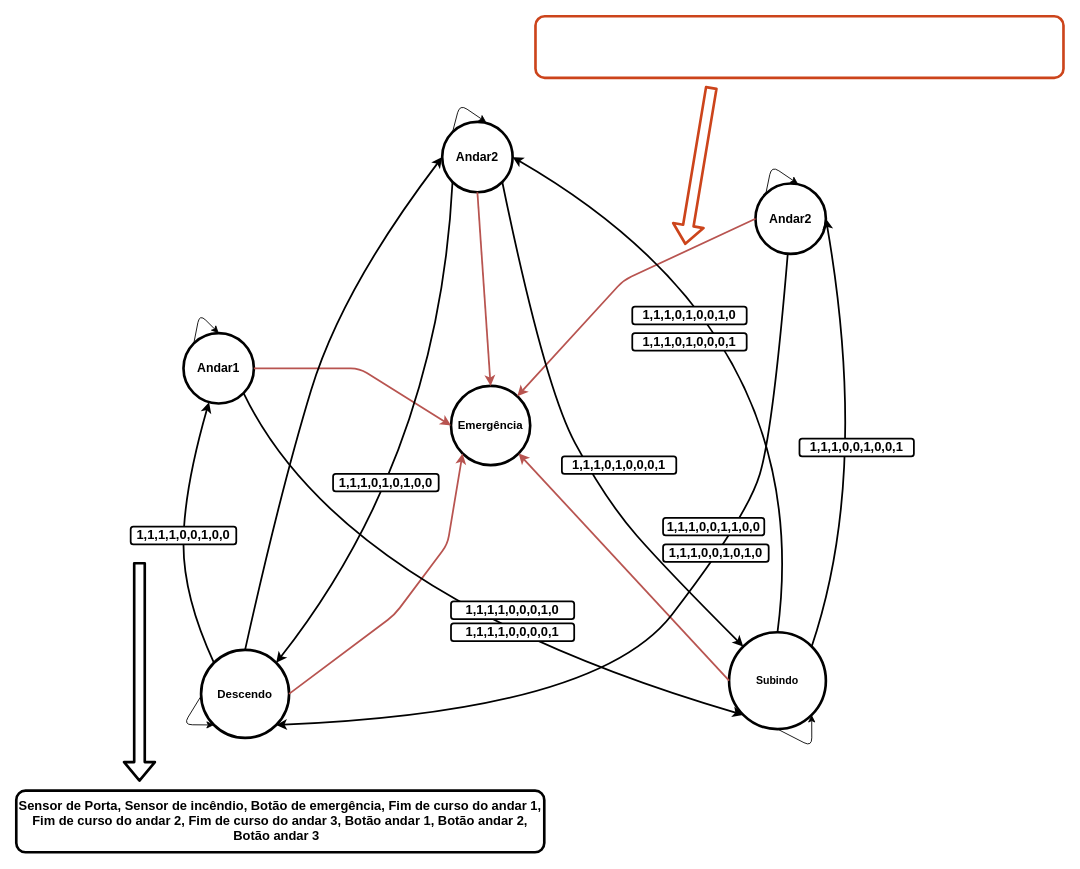
davischmitz/prototipacao-digital keeps this draw.io diagram as GB/Elevador/Elevador.drawio. Above is the earlier version. Source tidied: cells renumbered, new cells numbered last; positions are measured from the earlier drawing's top-left corner, leaving out a move shared by most shapes. Both pictures are drawn from the tidied source at 88%, with x=0, y=0 at pixel (16, 16).
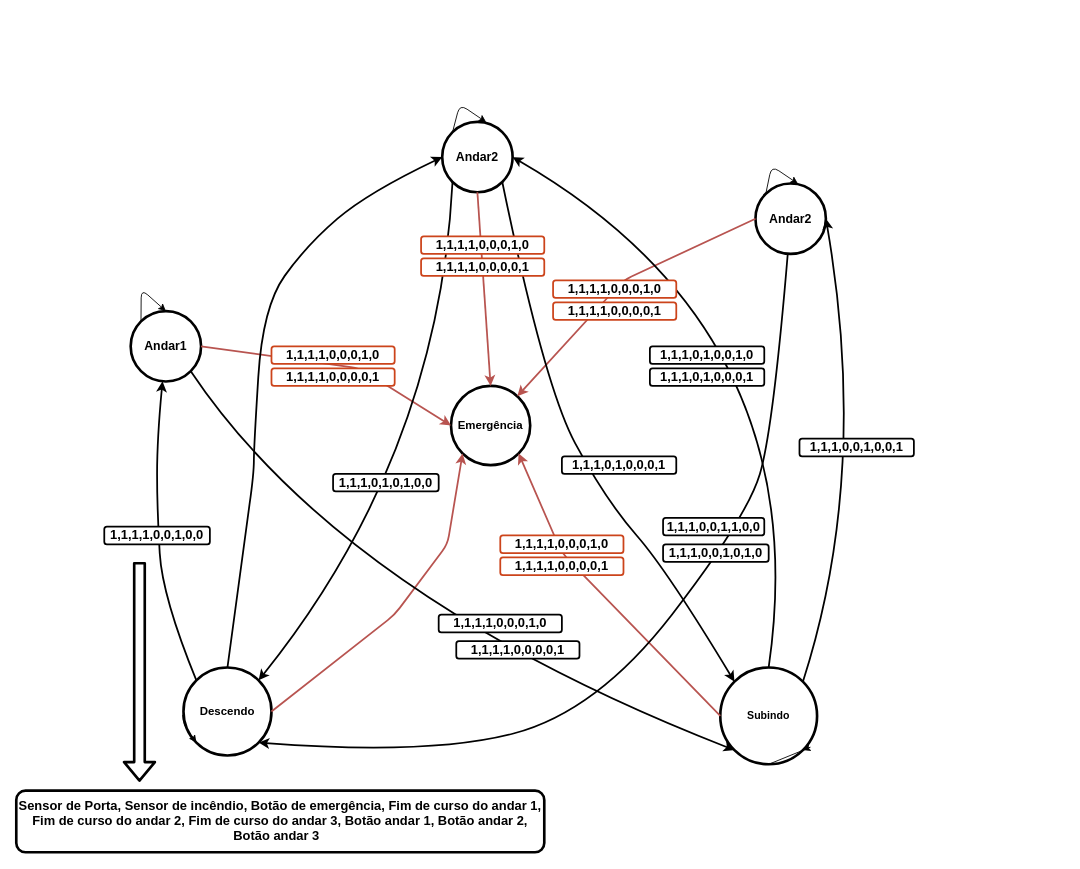
The same page after the edit.

Commit message:
feat(elevador): criando estados de emergencia digrama elevador

The change refers to these unchanged cells:
```xml
<mxCell id="3" value="&lt;b style=&quot;font-size: 14px&quot;&gt;Andar2&lt;/b&gt;" style="ellipse;whiteSpace=wrap;html=1;strokeWidth=3;" parent="1" vertex="1">
  <mxGeometry x="484" y="120" width="80" height="80" as="geometry" />
</mxCell>
<mxCell id="4" value="&lt;b&gt;&lt;font style=&quot;font-size: 14px&quot;&gt;Andar2&lt;/font&gt;&lt;/b&gt;" style="ellipse;whiteSpace=wrap;html=1;strokeWidth=3;" parent="1" vertex="1">
  <mxGeometry x="840" y="190" width="80" height="80" as="geometry" />
</mxCell>
<mxCell id="7" value="&lt;b&gt;&lt;font style=&quot;font-size: 13px&quot;&gt;Emergência&lt;/font&gt;&lt;/b&gt;" style="ellipse;whiteSpace=wrap;html=1;strokeWidth=3;" parent="1" vertex="1">
  <mxGeometry x="494" y="420" width="90" height="90" as="geometry" />
</mxCell>
```

Diff of the diagram source:
```diff
@@
     <mxCell id="2" value="&lt;b&gt;&lt;font style=&quot;font-size: 14px&quot;&gt;Andar1&lt;/font&gt;&lt;/b&gt;" style="ellipse;whiteSpace=wrap;html=1;strokeWidth=3;" parent="1" vertex="1">
-      <mxGeometry x="190" y="360" width="80" height="80" as="geometry" />
+      <mxGeometry x="130" y="335" width="80" height="80" as="geometry" />
     </mxCell>
@@
     <mxCell id="5" value="&lt;b&gt;Subindo&lt;/b&gt;" style="ellipse;whiteSpace=wrap;html=1;strokeWidth=3;" parent="1" vertex="1">
-      <mxGeometry x="810" y="700" width="110" height="110" as="geometry" />
+      <mxGeometry x="800" y="740" width="110" height="110" as="geometry" />
     </mxCell>
     <mxCell id="6" value="&lt;b&gt;&lt;font style=&quot;font-size: 13px&quot;&gt;Descendo&lt;/font&gt;&lt;/b&gt;" style="ellipse;whiteSpace=wrap;html=1;strokeWidth=3;" parent="1" vertex="1">
-      <mxGeometry x="210" y="720" width="100" height="100" as="geometry" />
+      <mxGeometry x="190" y="740" width="100" height="100" as="geometry" />
     </mxCell>
@@
     <mxCell id="11" style="endArrow=classic;html=1;entryX=1;entryY=1;entryDx=0;entryDy=0;fillColor=#f8cecc;strokeColor=#b85450;strokeWidth=2;exitX=0;exitY=0.5;exitDx=0;exitDy=0;" parent="1" edge="1" source="5" target="7">
-      <mxGeometry relative="1" as="geometry" />
+      <mxGeometry relative="1" as="geometry">
+        <Array as="points">
+          <mxPoint x="620" y="610" />
+        </Array>
+      </mxGeometry>
     </mxCell>
@@
     <mxCell id="13" style="curved=1;endArrow=classic;html=1;strokeWidth=2;exitX=0.5;exitY=0;exitDx=0;exitDy=0;entryX=0;entryY=0.5;entryDx=0;entryDy=0;" parent="1" edge="1" source="6" target="3">
       <mxGeometry relative="1" as="geometry">
         <Array as="points">
-          <mxPoint x="300" y="540" />
-          <mxPoint x="370" y="310" />
+          <mxPoint x="260" y="590" />
+          <mxPoint x="270" y="520" />
+          <mxPoint x="270" y="490" />
+          <mxPoint x="280" y="330" />
+          <mxPoint x="330" y="260" />
+          <mxPoint x="400" y="200" />
         </Array>
       </mxGeometry>
     </mxCell>
@@
     <mxCell id="16" style="curved=1;endArrow=classic;html=1;strokeWidth=2;exitX=0;exitY=0;exitDx=0;exitDy=0;" parent="1" edge="1" source="6" target="2">
       <mxGeometry relative="1" as="geometry">
         <Array as="points">
-          <mxPoint x="190" y="660" />
-          <mxPoint x="190" y="540" />
+          <mxPoint x="166" y="660" />
+          <mxPoint x="160" y="560" />
+          <mxPoint x="160" y="480" />
         </Array>
       </mxGeometry>
     </mxCell>
@@
     <mxCell id="18" style="curved=1;endArrow=classic;html=1;strokeColor=#000000;strokeWidth=2;entryX=1;entryY=1;entryDx=0;entryDy=0;" parent="1" edge="1" source="4" target="6">
       <mxGeometry relative="1" as="geometry">
         <Array as="points">
           <mxPoint x="860" y="470" />
           <mxPoint x="830" y="570" />
           <mxPoint x="660" y="790" />
+          <mxPoint x="470" y="840" />
         </Array>
       </mxGeometry>
     </mxCell>
@@
     <mxCell id="22" value="&lt;span id=&quot;docs-internal-guid-bbf0f4e8-7fff-1e35-a5ee-ff3e7a154e85&quot;&gt;&lt;span style=&quot;font-size: 11pt ; font-family: &amp;#34;arial&amp;#34; ; background-color: transparent ; vertical-align: baseline&quot;&gt;&lt;b&gt;1,1,1,1,0,0,0,1,0&lt;/b&gt;&lt;/span&gt;&lt;/span&gt;" style="text;html=1;align=center;verticalAlign=middle;whiteSpace=wrap;rounded=1;shadow=0;strokeColor=#000000;glass=0;fillColor=#ffffff;strokeWidth=2;" parent="1" vertex="1">
-      <mxGeometry x="494" y="665" width="140" height="20" as="geometry" />
+      <mxGeometry x="480" y="680" width="140" height="20" as="geometry" />
     </mxCell>
     <mxCell id="23" value="&lt;span id=&quot;docs-internal-guid-6589a4b1-7fff-5ea1-2ef8-7b5d9af1116f&quot;&gt;&lt;span style=&quot;font-size: 11pt ; font-family: &amp;#34;arial&amp;#34; ; background-color: transparent ; vertical-align: baseline&quot;&gt;&lt;b&gt;1,1,1,1,0,0,0,0,1&lt;/b&gt;&lt;/span&gt;&lt;/span&gt;" style="text;html=1;align=center;verticalAlign=middle;whiteSpace=wrap;rounded=1;strokeColor=#000000;fillColor=#ffffff;strokeWidth=2;" parent="1" vertex="1">
-      <mxGeometry x="494" y="690" width="140" height="20" as="geometry" />
+      <mxGeometry x="500" y="710" width="140" height="20" as="geometry" />
     </mxCell>
     <mxCell id="24" value="&lt;span id=&quot;docs-internal-guid-22f6198f-7fff-e776-b713-9b277268731d&quot;&gt;&lt;span style=&quot;font-size: 11pt ; font-family: &amp;#34;arial&amp;#34; ; background-color: transparent ; vertical-align: baseline&quot;&gt;&lt;b&gt;1,1,1,0,1,0,0,1,0 &lt;/b&gt;&lt;/span&gt;&lt;/span&gt;" style="text;html=1;align=center;verticalAlign=middle;whiteSpace=wrap;rounded=1;shadow=0;glass=0;strokeColor=#000000;fillColor=#ffffff;strokeWidth=2;" parent="1" vertex="1">
-      <mxGeometry x="700" y="330" width="130" height="20" as="geometry" />
+      <mxGeometry x="720" y="375" width="130" height="20" as="geometry" />
     </mxCell>
     <mxCell id="25" value="&lt;span id=&quot;docs-internal-guid-ace200eb-7fff-2d70-2511-e228b79c8bc5&quot;&gt;&lt;span style=&quot;font-size: 11pt ; font-family: &amp;#34;arial&amp;#34; ; background-color: transparent ; vertical-align: baseline&quot;&gt;&lt;b&gt;1,1,1,0,1,0,0,0,1&lt;/b&gt;&lt;/span&gt;&lt;/span&gt;" style="text;html=1;align=center;verticalAlign=middle;whiteSpace=wrap;rounded=1;shadow=0;glass=0;strokeColor=#000000;fillColor=#ffffff;strokeWidth=2;" parent="1" vertex="1">
-      <mxGeometry x="700" y="360" width="130" height="20" as="geometry" />
+      <mxGeometry x="720" y="400" width="130" height="20" as="geometry" />
     </mxCell>
@@
     <mxCell id="31" value="&lt;span id=&quot;docs-internal-guid-e2418df5-7fff-e7c6-6563-67e01c6ffb01&quot;&gt;&lt;span style=&quot;font-size: 11pt ; font-family: &amp;#34;arial&amp;#34; ; background-color: transparent ; vertical-align: baseline&quot;&gt;&lt;b&gt;1,1,1,1,0,0,1,0,0&lt;/b&gt;&lt;/span&gt;&lt;/span&gt;" style="text;html=1;align=center;verticalAlign=middle;whiteSpace=wrap;rounded=1;shadow=0;glass=0;strokeColor=#000000;fillColor=#ffffff;strokeWidth=2;" parent="1" vertex="1">
-      <mxGeometry x="130" y="580" width="120" height="20" as="geometry" />
+      <mxGeometry x="100" y="580" width="120" height="20" as="geometry" />
     </mxCell>
@@
     <mxCell id="33" style="endArrow=classic;html=1;entryX=0.5;entryY=0;entryDx=0;entryDy=0;exitX=0;exitY=0;exitDx=0;exitDy=0;" parent="1" edge="1" source="2" target="2">
       <mxGeometry relative="1" as="geometry">
         <Array as="points">
-          <mxPoint x="208.3" y="338.3" />
+          <mxPoint x="142" y="310" />
         </Array>
       </mxGeometry>
     </mxCell>
@@
-    <mxCell id="38" style="text;html=1;align=center;verticalAlign=middle;whiteSpace=wrap;rounded=1;shadow=0;glass=0;fillColor=#ffffff;strokeWidth=3;strokeColor=#CC441B;" parent="1" vertex="1">
-      <mxGeometry x="590" width="600" height="70" as="geometry" />
-    </mxCell>
-    <mxCell id="39" style="shape=flexArrow;endArrow=classic;html=1;strokeWidth=3;strokeColor=#CC441B;fillColor=#ffffff;" parent="1" edge="1">
-      <mxGeometry relative="1" as="geometry">
-        <mxPoint x="790" y="80" as="sourcePoint" />
-        <mxPoint x="760" y="260" as="targetPoint" />
-      </mxGeometry>
-    </mxCell>
+    <mxCell id="40" value="&lt;span id=&quot;docs-internal-guid-bbf0f4e8-7fff-1e35-a5ee-ff3e7a154e85&quot;&gt;&lt;span style=&quot;font-size: 11pt ; font-family: &amp;#34;arial&amp;#34; ; background-color: transparent ; vertical-align: baseline&quot;&gt;&lt;b&gt;1,1,1,1,0,0,0,1,0&lt;/b&gt;&lt;/span&gt;&lt;/span&gt;" style="text;html=1;align=center;verticalAlign=middle;whiteSpace=wrap;rounded=1;shadow=0;glass=0;fillColor=#ffffff;strokeWidth=2;strokeColor=#CC441B;" parent="1" vertex="1">
+      <mxGeometry x="290" y="375" width="140" height="20" as="geometry" />
+    </mxCell>
+    <mxCell id="41" value="&lt;span id=&quot;docs-internal-guid-6589a4b1-7fff-5ea1-2ef8-7b5d9af1116f&quot;&gt;&lt;span style=&quot;font-size: 11pt ; font-family: &amp;#34;arial&amp;#34; ; background-color: transparent ; vertical-align: baseline&quot;&gt;&lt;b&gt;1,1,1,1,0,0,0,0,1&lt;/b&gt;&lt;/span&gt;&lt;/span&gt;" style="text;html=1;align=center;verticalAlign=middle;whiteSpace=wrap;rounded=1;fillColor=#ffffff;strokeWidth=2;strokeColor=#CC441B;" parent="1" vertex="1">
+      <mxGeometry x="290" y="400" width="140" height="20" as="geometry" />
+    </mxCell>
+    <mxCell id="42" value="&lt;span id=&quot;docs-internal-guid-bbf0f4e8-7fff-1e35-a5ee-ff3e7a154e85&quot;&gt;&lt;span style=&quot;font-size: 11pt ; font-family: &amp;#34;arial&amp;#34; ; background-color: transparent ; vertical-align: baseline&quot;&gt;&lt;b&gt;1,1,1,1,0,0,0,1,0&lt;/b&gt;&lt;/span&gt;&lt;/span&gt;" style="text;html=1;align=center;verticalAlign=middle;whiteSpace=wrap;rounded=1;shadow=0;glass=0;fillColor=#ffffff;strokeWidth=2;strokeColor=#CC441B;" parent="1" vertex="1">
+      <mxGeometry x="550" y="590" width="140" height="20" as="geometry" />
+    </mxCell>
+    <mxCell id="43" value="&lt;span id=&quot;docs-internal-guid-6589a4b1-7fff-5ea1-2ef8-7b5d9af1116f&quot;&gt;&lt;span style=&quot;font-size: 11pt ; font-family: &amp;#34;arial&amp;#34; ; background-color: transparent ; vertical-align: baseline&quot;&gt;&lt;b&gt;1,1,1,1,0,0,0,0,1&lt;/b&gt;&lt;/span&gt;&lt;/span&gt;" style="text;html=1;align=center;verticalAlign=middle;whiteSpace=wrap;rounded=1;fillColor=#ffffff;strokeWidth=2;strokeColor=#CC441B;" parent="1" vertex="1">
+      <mxGeometry x="550" y="615" width="140" height="20" as="geometry" />
+    </mxCell>
+    <mxCell id="44" value="&lt;span id=&quot;docs-internal-guid-bbf0f4e8-7fff-1e35-a5ee-ff3e7a154e85&quot;&gt;&lt;span style=&quot;font-size: 11pt ; font-family: &amp;#34;arial&amp;#34; ; background-color: transparent ; vertical-align: baseline&quot;&gt;&lt;b&gt;1,1,1,1,0,0,0,1,0&lt;/b&gt;&lt;/span&gt;&lt;/span&gt;" style="text;html=1;align=center;verticalAlign=middle;whiteSpace=wrap;rounded=1;shadow=0;glass=0;fillColor=#ffffff;strokeWidth=2;strokeColor=#CC441B;" parent="1" vertex="1">
+      <mxGeometry x="610" y="300" width="140" height="20" as="geometry" />
+    </mxCell>
+    <mxCell id="45" value="&lt;span id=&quot;docs-internal-guid-6589a4b1-7fff-5ea1-2ef8-7b5d9af1116f&quot;&gt;&lt;span style=&quot;font-size: 11pt ; font-family: &amp;#34;arial&amp;#34; ; background-color: transparent ; vertical-align: baseline&quot;&gt;&lt;b&gt;1,1,1,1,0,0,0,0,1&lt;/b&gt;&lt;/span&gt;&lt;/span&gt;" style="text;html=1;align=center;verticalAlign=middle;whiteSpace=wrap;rounded=1;fillColor=#ffffff;strokeWidth=2;strokeColor=#CC441B;" parent="1" vertex="1">
+      <mxGeometry x="610" y="325" width="140" height="20" as="geometry" />
+    </mxCell>
+    <mxCell id="46" value="&lt;span id=&quot;docs-internal-guid-bbf0f4e8-7fff-1e35-a5ee-ff3e7a154e85&quot;&gt;&lt;span style=&quot;font-size: 11pt ; font-family: &amp;#34;arial&amp;#34; ; background-color: transparent ; vertical-align: baseline&quot;&gt;&lt;b&gt;1,1,1,1,0,0,0,1,0&lt;/b&gt;&lt;/span&gt;&lt;/span&gt;" style="text;html=1;align=center;verticalAlign=middle;whiteSpace=wrap;rounded=1;shadow=0;glass=0;fillColor=#ffffff;strokeWidth=2;strokeColor=#CC441B;" parent="1" vertex="1">
+      <mxGeometry x="460" y="250" width="140" height="20" as="geometry" />
+    </mxCell>
+    <mxCell id="47" value="&lt;span id=&quot;docs-internal-guid-6589a4b1-7fff-5ea1-2ef8-7b5d9af1116f&quot;&gt;&lt;span style=&quot;font-size: 11pt ; font-family: &amp;#34;arial&amp;#34; ; background-color: transparent ; vertical-align: baseline&quot;&gt;&lt;b&gt;1,1,1,1,0,0,0,0,1&lt;/b&gt;&lt;/span&gt;&lt;/span&gt;" style="text;html=1;align=center;verticalAlign=middle;whiteSpace=wrap;rounded=1;fillColor=#ffffff;strokeWidth=2;strokeColor=#CC441B;" parent="1" vertex="1">
+      <mxGeometry x="460" y="275" width="140" height="20" as="geometry" />
+    </mxCell>
```
